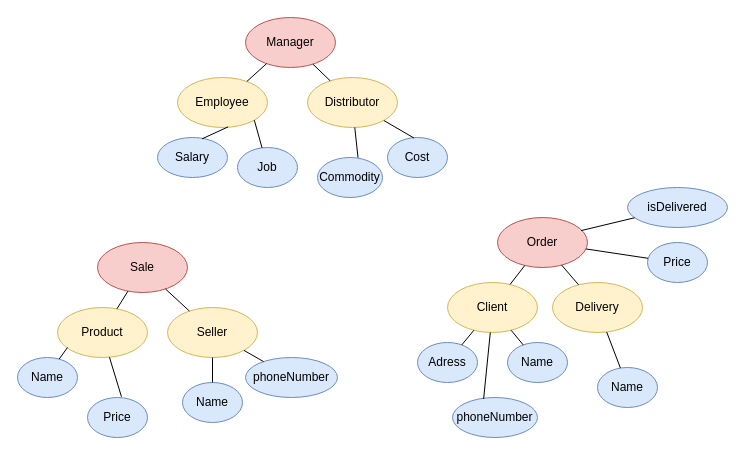
Earlier version of the draw.io diagram page "SubDomain" (2 of 3) of Heladeria.drawio (xtianbritos/RetoDDD). Source tidied: cells renumbered, new cells numbered last; positions are measured from the earlier drawing's top-left corner, leaving out a move shared by most shapes. Both pictures are drawn from the tidied source at 100%, with x=0, y=0 at pixel (17, 17).
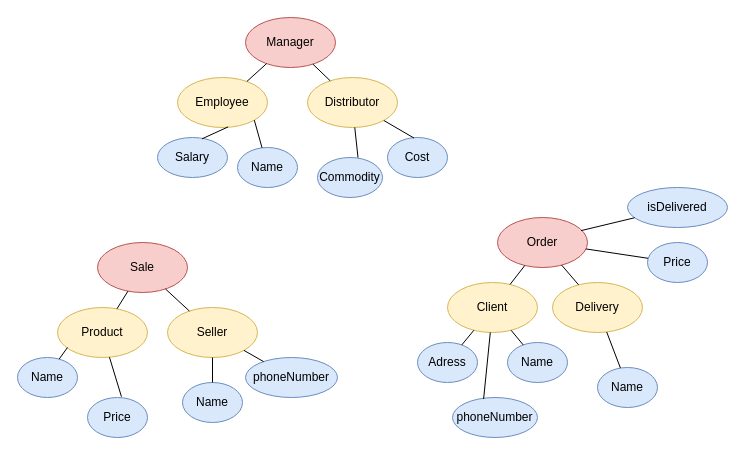
After the change.

What changed in the source:
```diff
@@
-    <mxCell id="8" value="Job" style="ellipse;whiteSpace=wrap;html=1;fontSize=12;fillColor=#dae8fc;strokeColor=#6c8ebf;" parent="1" vertex="1">
+    <mxCell id="8" value="Name" style="ellipse;whiteSpace=wrap;html=1;fontSize=12;fillColor=#dae8fc;strokeColor=#6c8ebf;" parent="1" vertex="1">
       <mxGeometry x="220" y="130" width="60" height="40" as="geometry" />
     </mxCell>
```
